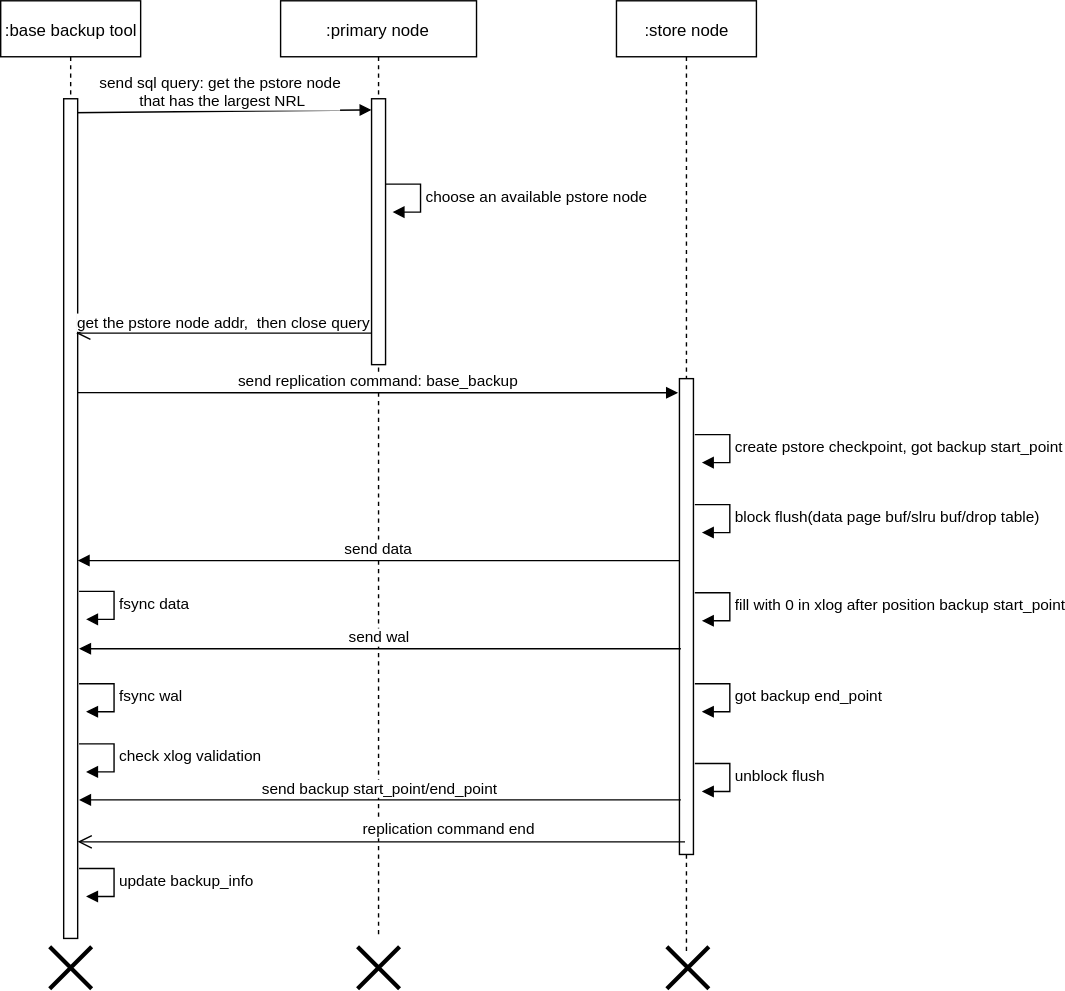
simbahebinbo/smallfat.github.io keeps this draw.io diagram as attachments/1640158663666.drawio.svg. Above is the earlier version. Source tidied: cells renumbered, new cells last; positions are measured from the earlier drawing's top-left corner, leaving out a move shared by most shapes.
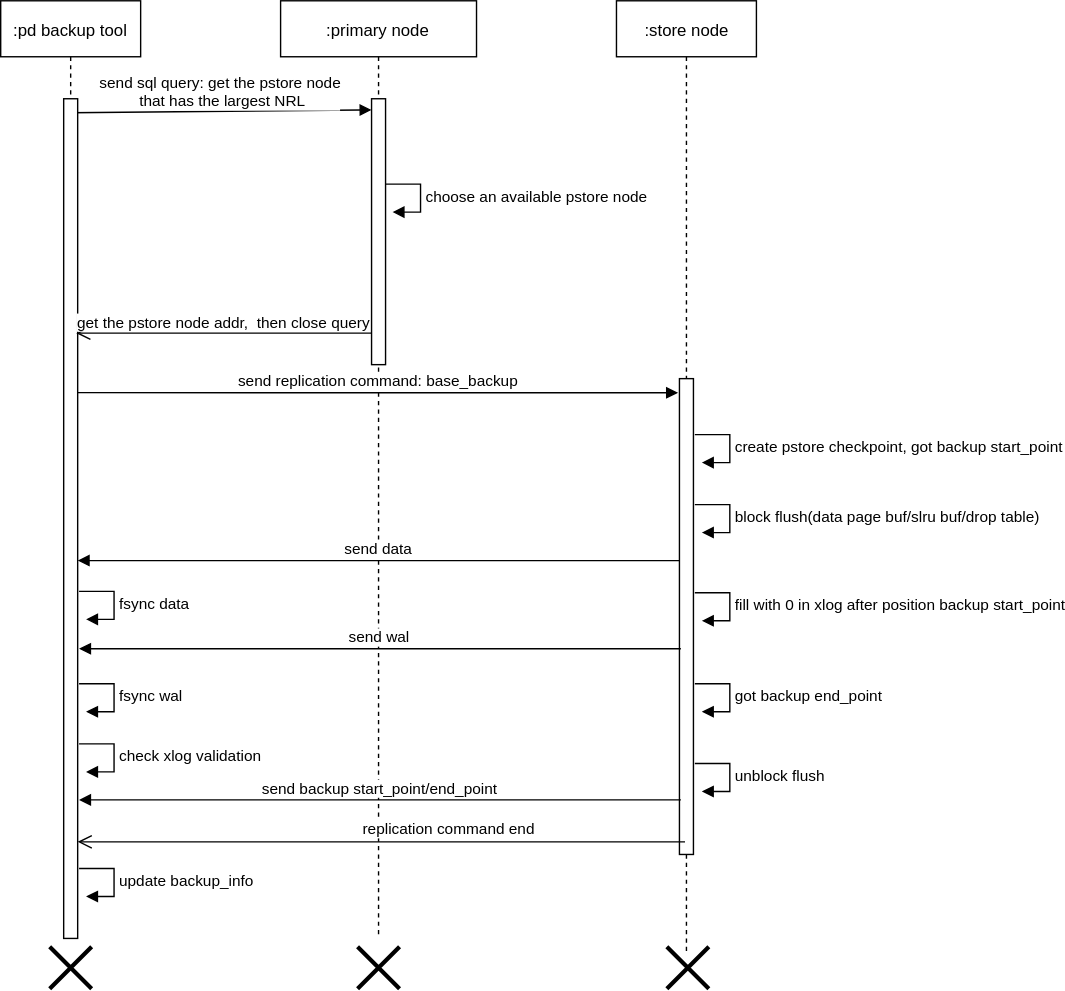
After the commit.

Commit message:
添加附件 : attachments/1640158663666.drawio.svg

The edit, as a diff of the source:
```diff
@@ -2,7 +2,7 @@
   <root>
     <mxCell id="0" />
     <mxCell id="1" parent="0" />
-    <mxCell id="2" value=":base backup tool" style="shape=umlLifeline;perimeter=lifelinePerimeter;whiteSpace=wrap;html=1;" parent="1" vertex="1">
+    <mxCell id="2" value=":pd backup tool" style="shape=umlLifeline;perimeter=lifelinePerimeter;whiteSpace=wrap;html=1;" parent="1" vertex="1">
       <mxGeometry width="100" height="670" as="geometry" />
     </mxCell>
     <mxCell id="3" value="send sql query: get the pstore node&lt;br&gt;&amp;nbsp;that has the largest NRL" style="html=1;verticalAlign=bottom;endArrow=block;entryX=0;entryY=0.182;entryDx=0;entryDy=0;entryPerimeter=0;" parent="2" edge="1">
```
